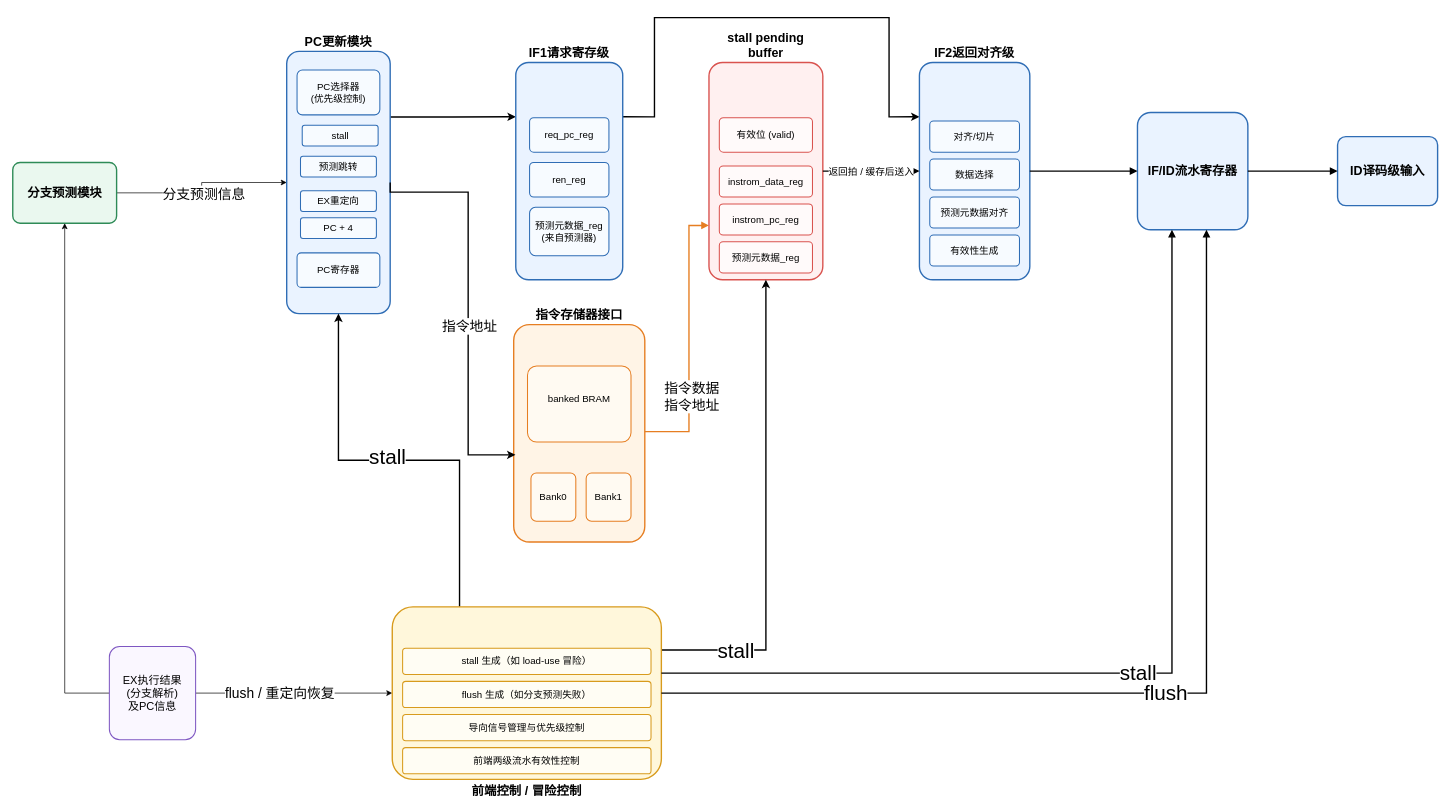
Earlier version of the draw.io diagram 取指端.drawio (jay101-STAR/graduation_project). Source tidied: cells renumbered, new cells numbered last; positions are measured from the earlier drawing's top-left corner, leaving out a move shared by most shapes. Both pictures are drawn from the tidied source at 69%, with x=0, y=0 at pixel (12, 17).
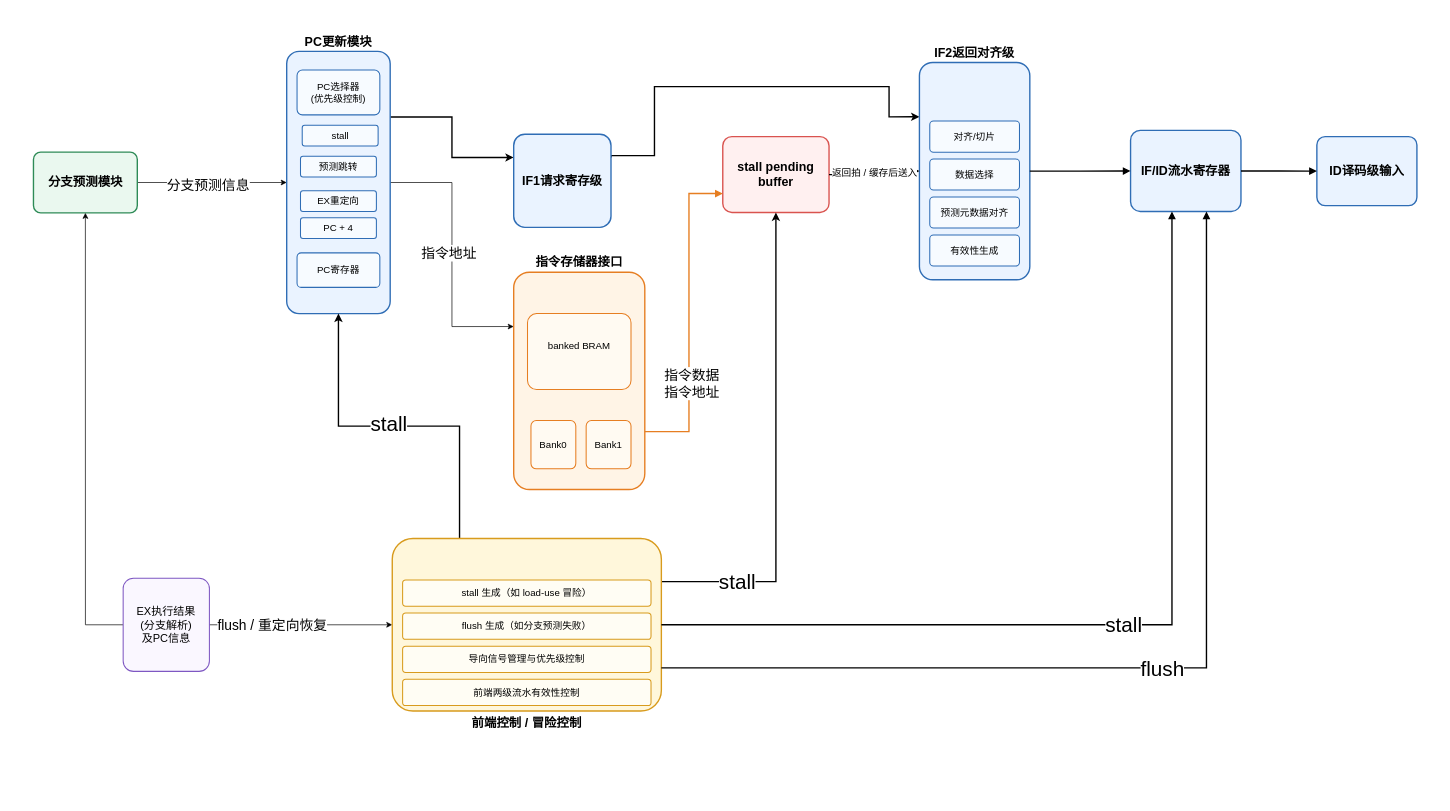
The same page after the edit.

Commit message (it also covers changes not shown here):
更新取指端.drawio

Unchanged cells that the change refers to:
```xml
<mxCell id="3" value="&lt;div&gt;&lt;b style=&quot;background-color: transparent; color: light-dark(rgb(0, 0, 0), rgb(255, 255, 255));&quot;&gt;PC更新模块&lt;/b&gt;&lt;/div&gt;" style="rounded=1;whiteSpace=wrap;html=1;fillColor=#eaf3ff;strokeColor=#2f6db5;strokeWidth=2;fontSize=18;fontStyle=1;align=center;verticalAlign=bottom;labelPosition=center;verticalLabelPosition=top;arcSize=12;" parent="1" vertex="1">
  <mxGeometry x="397" y="49" width="150" height="380" as="geometry" />
</mxCell>
<mxCell id="11" value="&lt;b&gt;IF2返回对齐级&lt;/b&gt;" style="rounded=1;whiteSpace=wrap;html=1;fillColor=#eaf3ff;strokeColor=#2f6db5;strokeWidth=2;fontSize=18;fontStyle=1;align=center;verticalAlign=bottom;labelPosition=center;verticalLabelPosition=top;arcSize=12;" parent="1" vertex="1">
  <mxGeometry x="1314" y="65" width="160" height="315" as="geometry" />
</mxCell>
```

What changed in the source:
```diff
@@
+    <mxCell id="54" style="edgeStyle=orthogonalEdgeStyle;rounded=0;jettySize=auto;html=1;exitX=1;exitY=0.5;exitDx=0;exitDy=0;entryX=0;entryY=0.25;entryDx=0;entryDy=0;" parent="1" edge="1" source="3" target="7">
+      <mxGeometry relative="1" as="geometry" />
+    </mxCell>
+    <mxCell id="55" value="&lt;span style=&quot;font-size: 20px;&quot;&gt;指令地址&lt;/span&gt;" style="edgeLabel;html=1;align=center;verticalAlign=middle;" parent="54" vertex="1">
+      <mxGeometry x="-0.01" y="-5" relative="1" as="geometry">
+        <mxPoint y="-1" as="offset" />
+      </mxGeometry>
+    </mxCell>
@@
     <mxCell id="6" value="&lt;b&gt;分支预测模块&lt;/b&gt;" style="rounded=1;whiteSpace=wrap;html=1;fillColor=#eaf8ef;strokeColor=#2e8b57;strokeWidth=2;fontSize=18;fontStyle=1;align=center;verticalAlign=middle;labelPosition=center;verticalLabelPosition=middle;arcSize=12;" parent="1" vertex="1">
-      <mxGeometry y="210" width="150.5" height="88" as="geometry" />
+      <mxGeometry x="30" y="195" width="150.5" height="88" as="geometry" />
     </mxCell>
     <mxCell id="7" value="&lt;b&gt;指令存储器接口&lt;/b&gt;" style="rounded=1;whiteSpace=wrap;html=1;fillColor=#fff4e6;strokeColor=#e67e22;strokeWidth=2;fontSize=18;fontStyle=1;align=center;verticalAlign=bottom;labelPosition=center;verticalLabelPosition=top;arcSize=12;" parent="1" vertex="1">
-      <mxGeometry x="726" y="445" width="190" height="315" as="geometry" />
+      <mxGeometry x="726" y="369" width="190" height="315" as="geometry" />
     </mxCell>
     <mxCell id="8" style="edgeStyle=orthogonalEdgeStyle;rounded=0;jettySize=auto;html=1;exitX=1;exitY=0.25;exitDx=0;exitDy=0;entryX=0;entryY=0.25;entryDx=0;entryDy=0;strokeWidth=2;arcSize=12;" parent="1" edge="1" source="9" target="11">
       <mxGeometry relative="1" as="geometry">
         <Array as="points">
-          <mxPoint x="930" y="144" />
-          <mxPoint x="930" />
-          <mxPoint x="1270" />
+          <mxPoint x="867" y="200" />
+          <mxPoint x="930" y="200" />
+          <mxPoint x="930" y="100" />
+          <mxPoint x="1270" y="100" />
           <mxPoint x="1270" y="144" />
         </Array>
       </mxGeometry>
     </mxCell>
-    <mxCell id="9" value="&lt;b&gt;IF1请求寄存级&lt;/b&gt;" style="rounded=1;whiteSpace=wrap;html=1;fillColor=#eaf3ff;strokeColor=#2f6db5;strokeWidth=2;fontSize=18;fontStyle=1;align=center;verticalAlign=bottom;labelPosition=center;verticalLabelPosition=top;arcSize=12;" parent="1" vertex="1">
-      <mxGeometry x="729" y="65" width="155" height="315" as="geometry" />
+    <mxCell id="9" value="&lt;b&gt;IF1请求寄存级&lt;/b&gt;" style="rounded=1;whiteSpace=wrap;html=1;fillColor=#eaf3ff;strokeColor=#2f6db5;strokeWidth=2;fontSize=18;fontStyle=1;align=center;verticalAlign=middle;labelPosition=center;verticalLabelPosition=middle;arcSize=12;" parent="1" vertex="1">
+      <mxGeometry x="726" y="169" width="141" height="135" as="geometry" />
     </mxCell>
-    <mxCell id="10" value="&lt;b&gt;stall pending buffer&lt;/b&gt;" style="rounded=1;whiteSpace=wrap;html=1;fillColor=#fff0f0;strokeColor=#d9534f;strokeWidth=2;fontSize=18;fontStyle=1;align=center;verticalAlign=bottom;labelPosition=center;verticalLabelPosition=top;arcSize=12;" parent="1" vertex="1">
-      <mxGeometry x="1009" y="65" width="165" height="315" as="geometry" />
+    <mxCell id="10" value="&lt;b&gt;stall pending buffer&lt;/b&gt;" style="rounded=1;whiteSpace=wrap;html=1;fillColor=#fff0f0;strokeColor=#d9534f;strokeWidth=2;fontSize=18;fontStyle=1;align=center;verticalAlign=middle;labelPosition=center;verticalLabelPosition=middle;arcSize=12;" parent="1" vertex="1">
+      <mxGeometry x="1029" y="172.5" width="154" height="110" as="geometry" />
     </mxCell>
@@
     <mxCell id="12" value="&lt;b&gt;IF/ID流水寄存器&lt;/b&gt;" style="rounded=1;whiteSpace=wrap;html=1;fillColor=#eaf3ff;strokeColor=#2f6db5;strokeWidth=2;fontSize=18;fontStyle=1;align=center;verticalAlign=middle;labelPosition=center;verticalLabelPosition=middle;arcSize=12;" parent="1" vertex="1">
-      <mxGeometry x="1630" y="137.5" width="160" height="170" as="geometry" />
+      <mxGeometry x="1620" y="163.5" width="160" height="117.5" as="geometry" />
     </mxCell>
     <mxCell id="13" value="&lt;b&gt;ID译码级输入&lt;/b&gt;" style="rounded=1;whiteSpace=wrap;html=1;fillColor=#eaf3ff;strokeColor=#2f6db5;strokeWidth=2;fontSize=18;fontStyle=1;align=center;verticalAlign=middle;labelPosition=center;verticalLabelPosition=middle;arcSize=12;" parent="1" vertex="1">
-      <mxGeometry x="1920" y="172.5" width="145" height="100" as="geometry" />
+      <mxGeometry x="1890" y="172.5" width="145" height="100" as="geometry" />
     </mxCell>
@@
     <mxCell id="20" value="banked BRAM&lt;div&gt;&lt;br/&gt;&lt;/div&gt;" style="rounded=1;whiteSpace=wrap;html=1;fillColor=#fffaf2;strokeColor=#e67e22;strokeWidth=1.5;fontSize=14;align=center;verticalAlign=middle;arcSize=12;" parent="1" vertex="1">
-      <mxGeometry x="746" y="505" width="150" height="110" as="geometry" />
+      <mxGeometry x="746" y="429" width="150" height="110" as="geometry" />
     </mxCell>
     <mxCell id="21" value="Bank0" style="rounded=1;whiteSpace=wrap;html=1;fillColor=#fffaf2;strokeColor=#e67e22;strokeWidth=1.5;fontSize=14;align=center;verticalAlign=middle;arcSize=12;" parent="1" vertex="1">
-      <mxGeometry x="751" y="660" width="65" height="70" as="geometry" />
+      <mxGeometry x="751" y="584" width="65" height="70" as="geometry" />
     </mxCell>
     <mxCell id="22" value="Bank1" style="rounded=1;whiteSpace=wrap;html=1;fillColor=#fffaf2;strokeColor=#e67e22;strokeWidth=1.5;fontSize=14;align=center;verticalAlign=middle;arcSize=12;" parent="1" vertex="1">
-      <mxGeometry x="831" y="660" width="65" height="70" as="geometry" />
+      <mxGeometry x="831" y="584" width="65" height="70" as="geometry" />
     </mxCell>
-    <mxCell id="23" value="req_pc_reg" style="rounded=1;whiteSpace=wrap;html=1;fillColor=#f7fbff;strokeColor=#2f6db5;strokeWidth=1.5;fontSize=14;align=center;verticalAlign=middle;arcSize=12;" parent="1" vertex="1">
-      <mxGeometry x="749" y="145" width="115" height="50" as="geometry" />
-    </mxCell>
-    <mxCell id="24" value="ren_reg" style="rounded=1;whiteSpace=wrap;html=1;fillColor=#f7fbff;strokeColor=#2f6db5;strokeWidth=1.5;fontSize=14;align=center;verticalAlign=middle;arcSize=12;" parent="1" vertex="1">
-      <mxGeometry x="749" y="210" width="115" height="50" as="geometry" />
-    </mxCell>
-    <mxCell id="25" value="预测元数据_reg&lt;br&gt;(来自预测器)" style="rounded=1;whiteSpace=wrap;html=1;fillColor=#f7fbff;strokeColor=#2f6db5;strokeWidth=1.5;fontSize=14;align=center;verticalAlign=middle;arcSize=12;" parent="1" vertex="1">
-      <mxGeometry x="749" y="275" width="115" height="70" as="geometry" />
-    </mxCell>
-    <mxCell id="26" value="有效位 (valid)" style="rounded=1;whiteSpace=wrap;html=1;fillColor=#fffafa;strokeColor=#d9534f;strokeWidth=1.5;fontSize=14;align=center;verticalAlign=middle;arcSize=12;" parent="1" vertex="1">
-      <mxGeometry x="1024" y="145" width="135" height="50" as="geometry" />
-    </mxCell>
-    <mxCell id="27" value="instrom_data_reg" style="rounded=1;whiteSpace=wrap;html=1;fillColor=#fffafa;strokeColor=#d9534f;strokeWidth=1.5;fontSize=14;align=center;verticalAlign=middle;arcSize=12;" parent="1" vertex="1">
-      <mxGeometry x="1024" y="215" width="135" height="45" as="geometry" />
-    </mxCell>
-    <mxCell id="28" value="instrom_pc_reg" style="rounded=1;whiteSpace=wrap;html=1;fillColor=#fffafa;strokeColor=#d9534f;strokeWidth=1.5;fontSize=14;align=center;verticalAlign=middle;arcSize=12;" parent="1" vertex="1">
-      <mxGeometry x="1024" y="270" width="135" height="45" as="geometry" />
-    </mxCell>
-    <mxCell id="29" value="预测元数据_reg" style="rounded=1;whiteSpace=wrap;html=1;fillColor=#fffafa;strokeColor=#d9534f;strokeWidth=1.5;fontSize=14;align=center;verticalAlign=middle;arcSize=12;" parent="1" vertex="1">
-      <mxGeometry x="1024" y="325" width="135" height="45" as="geometry" />
-    </mxCell>
@@
     <mxCell id="35" style="edgeStyle=orthogonalEdgeStyle;rounded=0;jettySize=auto;html=1;exitX=1;exitY=0.5;exitDx=0;exitDy=0;entryX=0;entryY=0.5;entryDx=0;entryDy=0;arcSize=12;" parent="1" edge="1" source="37" target="42">
-      <mxGeometry relative="1" as="geometry" />
+      <mxGeometry relative="1" as="geometry">
+        <Array as="points">
+          <mxPoint x="265" y="880" />
+        </Array>
+      </mxGeometry>
     </mxCell>
@@
     <mxCell id="37" value="EX执行结果&lt;br&gt;(分支解析)&lt;br&gt;及PC信息" style="rounded=1;whiteSpace=wrap;html=1;fillColor=#faf7ff;strokeColor=#7e57c2;strokeWidth=1.5;fontSize=16;align=center;verticalAlign=middle;arcSize=12;" parent="1" vertex="1">
-      <mxGeometry x="140" y="911.5" width="125" height="135" as="geometry" />
+      <mxGeometry x="160" y="812.5" width="125" height="135" as="geometry" />
     </mxCell>
@@
     <mxCell id="42" value="&lt;b&gt;前端控制 / 冒险控制&lt;/b&gt;" style="rounded=1;whiteSpace=wrap;html=1;fillColor=#fff7db;strokeColor=#d89b1d;strokeWidth=2;fontSize=18;fontStyle=1;align=center;verticalAlign=top;labelPosition=center;verticalLabelPosition=bottom;arcSize=12;" parent="1" vertex="1">
-      <mxGeometry x="550" y="854" width="390" height="250" as="geometry" />
+      <mxGeometry x="550" y="755" width="390" height="250" as="geometry" />
     </mxCell>
     <mxCell id="43" value="stall 生成（如 load-use 冒险）" style="rounded=1;whiteSpace=wrap;html=1;fillColor=#fffdf4;strokeColor=#d89b1d;strokeWidth=1.5;fontSize=14;align=center;verticalAlign=middle;arcSize=12;" parent="1" vertex="1">
-      <mxGeometry x="565" y="914" width="360" height="38" as="geometry" />
+      <mxGeometry x="565" y="815" width="360" height="38" as="geometry" />
     </mxCell>
     <mxCell id="44" value="flush 生成（如分支预测失败）" style="rounded=1;whiteSpace=wrap;html=1;fillColor=#fffdf4;strokeColor=#d89b1d;strokeWidth=1.5;fontSize=14;align=center;verticalAlign=middle;arcSize=12;" parent="1" vertex="1">
-      <mxGeometry x="565" y="962" width="360" height="38" as="geometry" />
+      <mxGeometry x="565" y="863" width="360" height="38" as="geometry" />
     </mxCell>
     <mxCell id="45" value="导向信号管理与优先级控制" style="rounded=1;whiteSpace=wrap;html=1;fillColor=#fffdf4;strokeColor=#d89b1d;strokeWidth=1.5;fontSize=14;align=center;verticalAlign=middle;arcSize=12;" parent="1" vertex="1">
-      <mxGeometry x="565" y="1010" width="360" height="38" as="geometry" />
+      <mxGeometry x="565" y="911" width="360" height="38" as="geometry" />
     </mxCell>
     <mxCell id="46" value="前端两级流水有效性控制" style="rounded=1;whiteSpace=wrap;html=1;fillColor=#fffdf4;strokeColor=#d89b1d;strokeWidth=1.5;fontSize=14;align=center;verticalAlign=middle;arcSize=12;" parent="1" vertex="1">
-      <mxGeometry x="565" y="1058" width="360" height="38" as="geometry" />
+      <mxGeometry x="565" y="959" width="360" height="38" as="geometry" />
     </mxCell>
     <mxCell id="47" style="edgeStyle=orthogonalEdgeStyle;rounded=0;jettySize=auto;html=1;endArrow=block;endFill=1;strokeWidth=2;strokeColor=#e67e22;fontSize=14;labelBackgroundColor=#ffffff;entryX=0;entryY=0.75;entryDx=0;entryDy=0;arcSize=12;" parent="1" edge="1" source="7" target="10">
       <mxGeometry relative="1" as="geometry">
         <Array as="points">
           <mxPoint x="980" y="600" />
-          <mxPoint x="980" y="301" />
+          <mxPoint x="980" y="255" />
         </Array>
       </mxGeometry>
     </mxCell>
@@
-    <mxCell id="52" value="&lt;font style=&quot;font-size: 30px;&quot;&gt;stall&lt;/font&gt;" style="edgeStyle=orthogonalEdgeStyle;rounded=0;jettySize=auto;html=1;endArrow=block;endFill=1;strokeWidth=2;fontSize=14;labelBackgroundColor=#ffffff;arcSize=12;" parent="1" edge="1" source="42" target="12">
+    <mxCell id="52" value="&lt;font style=&quot;font-size: 30px;&quot;&gt;stall&lt;/font&gt;" style="edgeStyle=orthogonalEdgeStyle;rounded=0;jettySize=auto;html=1;endArrow=block;endFill=1;strokeWidth=2;fontSize=14;labelBackgroundColor=#ffffff;arcSize=12;exitX=1;exitY=0.5;exitDx=0;exitDy=0;" parent="1" edge="1" source="42" target="12">
       <mxGeometry relative="1" as="geometry">
         <Array as="points">
-          <mxPoint x="1680" y="950" />
+          <mxPoint x="1680" y="880" />
         </Array>
       </mxGeometry>
     </mxCell>
-    <mxCell id="53" value="&lt;font style=&quot;font-size: 30px;&quot;&gt;flush&lt;/font&gt;" style="edgeStyle=orthogonalEdgeStyle;rounded=0;jettySize=auto;html=1;endArrow=block;endFill=1;strokeWidth=2;fontSize=14;labelBackgroundColor=#ffffff;arcSize=10;" parent="1" edge="1" source="42" target="12">
+    <mxCell id="53" value="&lt;font style=&quot;font-size: 30px;&quot;&gt;flush&lt;/font&gt;" style="edgeStyle=orthogonalEdgeStyle;rounded=0;jettySize=auto;html=1;endArrow=block;endFill=1;strokeWidth=2;fontSize=14;labelBackgroundColor=#ffffff;arcSize=10;exitX=1;exitY=0.75;exitDx=0;exitDy=0;" parent="1" edge="1" source="42" target="12">
       <mxGeometry relative="1" as="geometry">
         <Array as="points">
-          <mxPoint x="1730" y="979" />
+          <mxPoint x="1730" y="943" />
         </Array>
       </mxGeometry>
     </mxCell>
-    <mxCell id="54" style="edgeStyle=orthogonalEdgeStyle;rounded=0;jettySize=auto;html=1;exitX=1;exitY=0.5;exitDx=0;exitDy=0;entryX=0.013;entryY=0.599;entryDx=0;entryDy=0;entryPerimeter=0;arcSize=12;strokeWidth=2;" parent="1" edge="1" source="3" target="7">
-      <mxGeometry relative="1" as="geometry">
-        <Array as="points">
-          <mxPoint x="660" y="253" />
-          <mxPoint x="660" y="634" />
-        </Array>
-      </mxGeometry>
-    </mxCell>
-    <mxCell id="55" value="&lt;font style=&quot;font-size: 20px;&quot;&gt;指令地址&lt;/font&gt;" style="edgeLabel;html=1;align=center;verticalAlign=middle;arcSize=12;" parent="54" vertex="1">
-      <mxGeometry x="0.11" y="1" relative="1" as="geometry" />
-    </mxCell>
```
